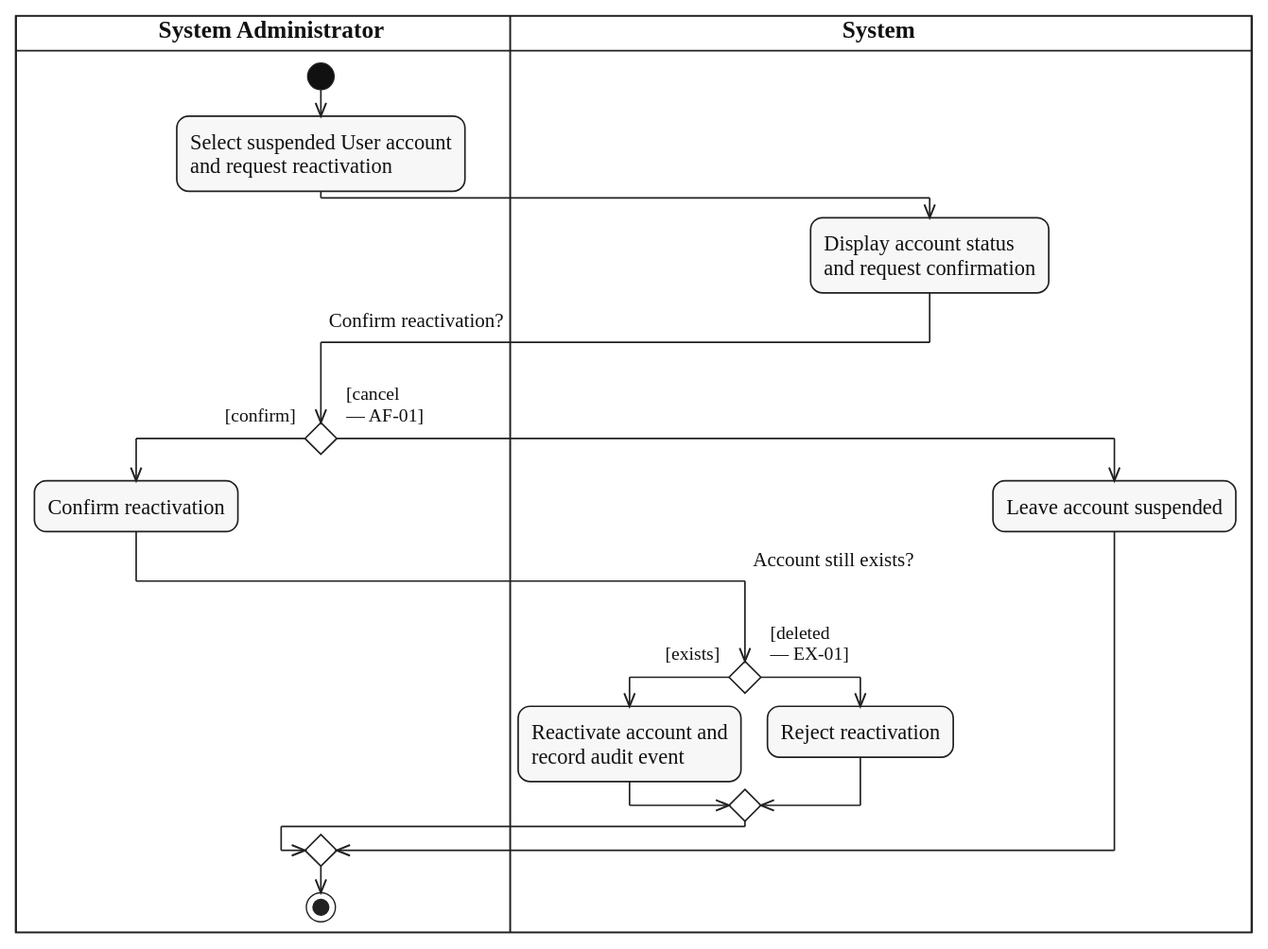
lukenab/swd392-doc-automation keeps this PlantUML diagram as diagrams/activity/system-administration/svg/UC-USER-ACCOUNT-REACTIVATE.svg. Above is the earlier version. Its source is kept beside it as diagrams/activity/system-administration/source/UC-USER-ACCOUNT-REACTIVATE.puml.
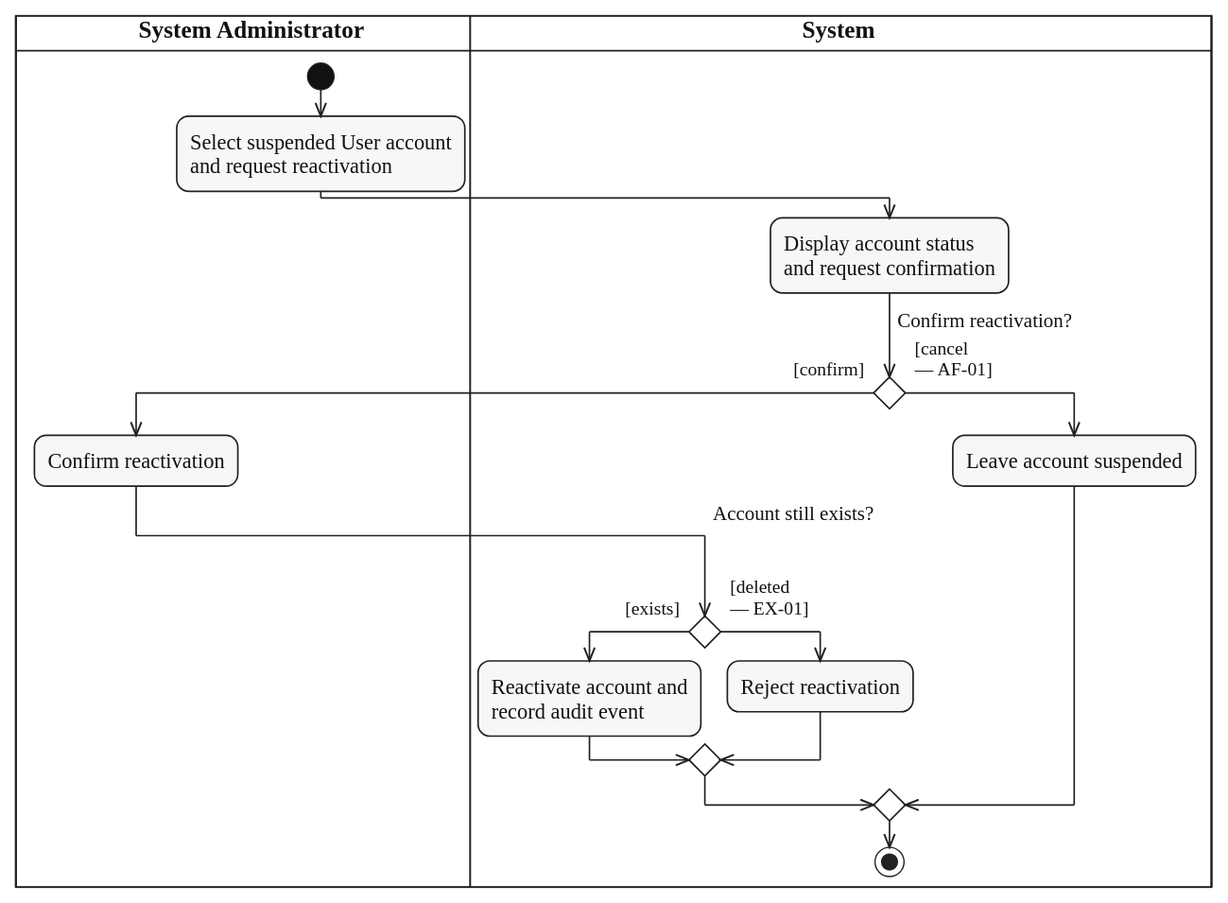
After the change.

Change to the diagram source:
```diff
@@ -10,8 +10,8 @@
 |SYS|
 :Display account status
 and request confirmation;
-|ADM|
-if ($question_x("Confirm reactivation?")) then ($guard_left("[confirm]"))
+if ($question("Confirm reactivation?")) then ($guard_left("[confirm]"))
+  |ADM|
   :Confirm reactivation;
   |SYS|
   if ($question_x("Account still exists?")) then ($guard_left("[exists]"))
@@ -24,6 +24,6 @@
   |SYS|
   :Leave account suspended;
 endif
-|ADM|
+|SYS|
 stop
 @enduml
```
